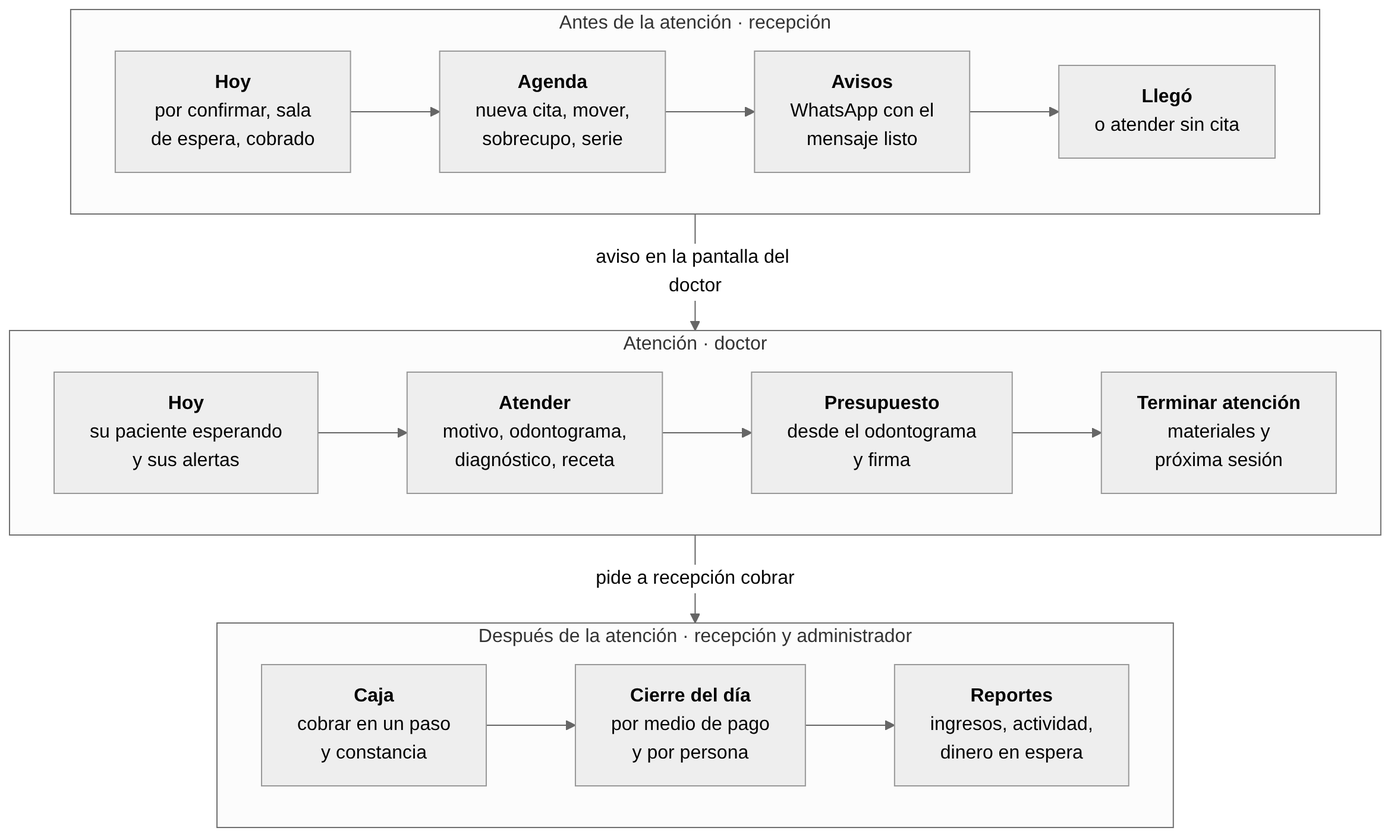
The Mermaid diagram docs/entregables/E1-requerimientos-y-diseno/diagramas/flujo-personal.png in francalizaya266-sudo/venga-implantes, before a commit. Its source is kept beside it as docs/entregables/E1-requerimientos-y-diseno/diagramas/flujo-personal.mmd. Its diagram source:
```mermaid
flowchart TB
  subgraph s1["Antes&nbsp;de&nbsp;la&nbsp;atención&nbsp;·&nbsp;recepción"]
    direction LR
    h1["<b>Hoy</b><br/>por confirmar, sala<br/>de espera, cobrado"] --> ag["<b>Agenda</b><br/>nueva cita, mover,<br/>sobrecupo, serie"] --> av["<b>Avisos</b><br/>WhatsApp con el<br/>mensaje listo"] --> lle["<b>Llegó</b><br/>o atender sin cita"]
  end
  subgraph s2["Atención&nbsp;·&nbsp;doctor"]
    direction LR
    h2["<b>Hoy</b><br/>su paciente esperando<br/>y sus alertas"] --> at["<b>Atender</b><br/>motivo, odontograma,<br/>diagnóstico, receta"] --> pre["<b>Presupuesto</b><br/>desde el odontograma<br/>y firma"] --> ter["<b>Terminar atención</b><br/>materiales y<br/>próxima sesión"]
  end
  subgraph s3["Después&nbsp;de&nbsp;la&nbsp;atención&nbsp;·&nbsp;recepción&nbsp;y&nbsp;administrador"]
    direction LR
    cob["<b>Caja</b><br/>cobrar en un paso<br/>y constancia"] --> cie["<b>Cierre del día</b><br/>por medio de pago<br/>y por persona"] --> rep["<b>Reportes</b><br/>ingresos, actividad,<br/>dinero en espera"]
  end
  s1 -- "aviso en la pantalla del doctor" --> s2
  s2 -- "pide a recepción cobrar" --> s3
```
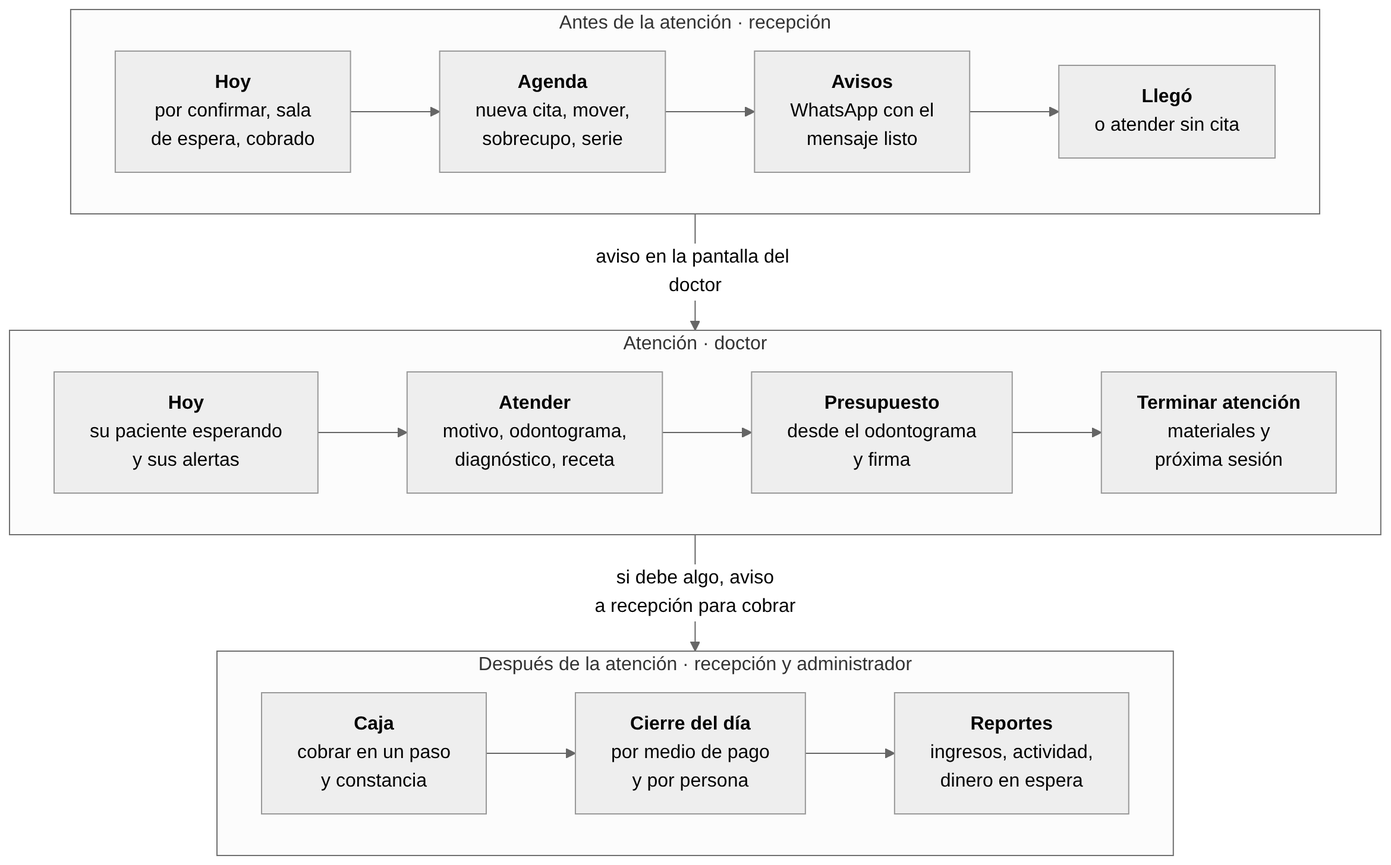
After the change.

Diff of the diagram source:
```diff
@@ -12,4 +12,4 @@
     cob["<b>Caja</b><br/>cobrar en un paso<br/>y constancia"] --> cie["<b>Cierre del día</b><br/>por medio de pago<br/>y por persona"] --> rep["<b>Reportes</b><br/>ingresos, actividad,<br/>dinero en espera"]
   end
   s1 -- "aviso en la pantalla del doctor" --> s2
-  s2 -- "pide a recepción cobrar" --> s3
+  s2 -- "si debe algo, aviso<br/>a recepción para cobrar" --> s3
```
